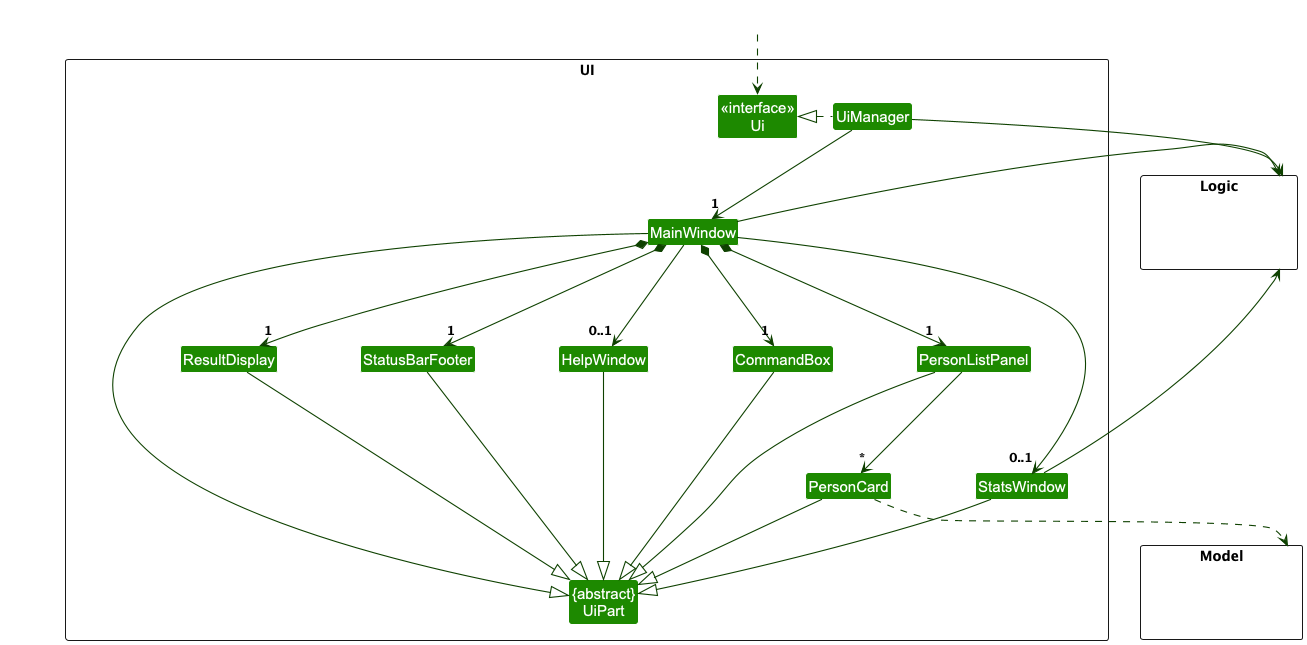
Above: docs/images/UiClassDiagram.png in mengshuos/tp (PlantUML), before the change.
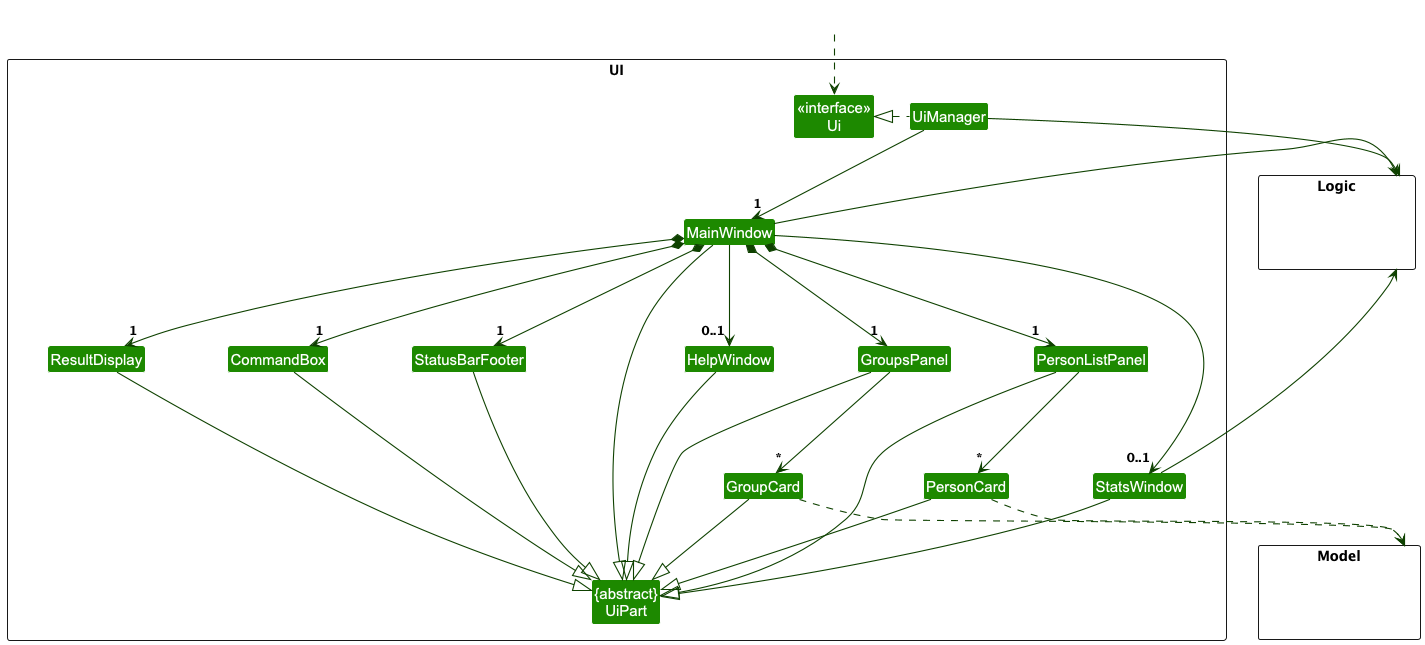
The same diagram one commit later.

Diff of the diagram source:
```diff
@@ -14,6 +14,8 @@
 Class ResultDisplay
 Class PersonListPanel
 Class PersonCard
+Class GroupsPanel
+Class GroupCard
 Class StatusBarFooter
 Class CommandBox
 }
@@ -34,11 +36,13 @@
 MainWindow *-down->  "1" CommandBox
 MainWindow *-down-> "1" ResultDisplay
 MainWindow *-down-> "1" PersonListPanel
+MainWindow *-down-> "1" GroupsPanel
 MainWindow *-down-> "1" StatusBarFooter
 MainWindow --> "0..1" HelpWindow
 MainWindow --> "0..1" StatsWindow
 
 PersonListPanel -down-> "*" PersonCard
+GroupsPanel -down-> "*" GroupCard
 
 MainWindow -left-|> UiPart
 
@@ -46,16 +50,20 @@
 CommandBox --|> UiPart
 PersonListPanel --|> UiPart
 PersonCard --|> UiPart
+GroupsPanel --|> UiPart
+GroupCard --|> UiPart
 StatusBarFooter --|> UiPart
 HelpWindow --|> UiPart
 StatsWindow --|> UiPart
 
 PersonCard ..> Model
+GroupCard ..> Model
 UiManager -right-> Logic
 MainWindow -left-> Logic
 StatsWindow -left-> Logic
 
-PersonListPanel -[hidden]left- HelpWindow
+PersonListPanel -[hidden]left- GroupsPanel
+GroupsPanel -[hidden]left- HelpWindow
 HelpWindow -[hidden]left- CommandBox
 CommandBox -[hidden]left- ResultDisplay
 ResultDisplay -[hidden]left- StatusBarFooter
```
